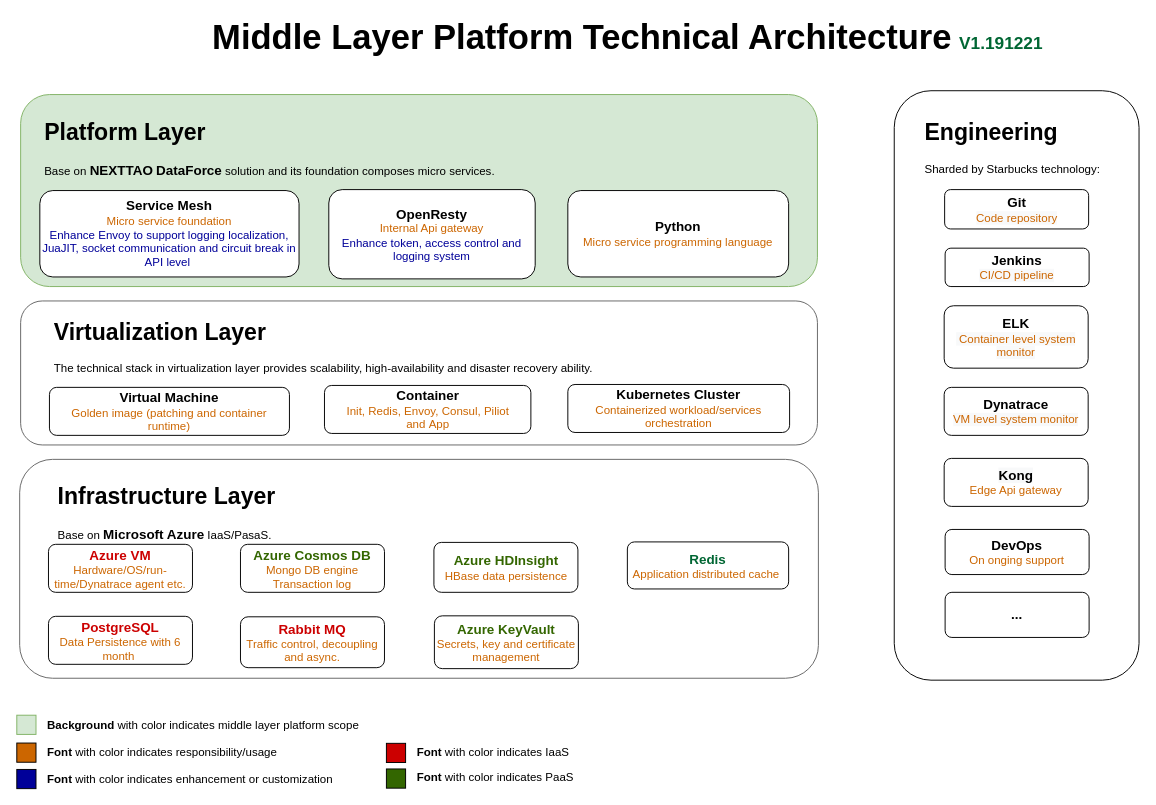
This is page "MLP - Technical Stack" (1 of 3) of Mid Layer Platform Technical Arch.drawio from sotheair/designs, a draw.io file, before an edit. Source tidied: cells renumbered, new cells numbered last; positions are measured from the earlier drawing's top-left corner, leaving out a move shared by most shapes. Both pictures are drawn from the tidied source at 96%, with x=0, y=0 at pixel (16, 27).
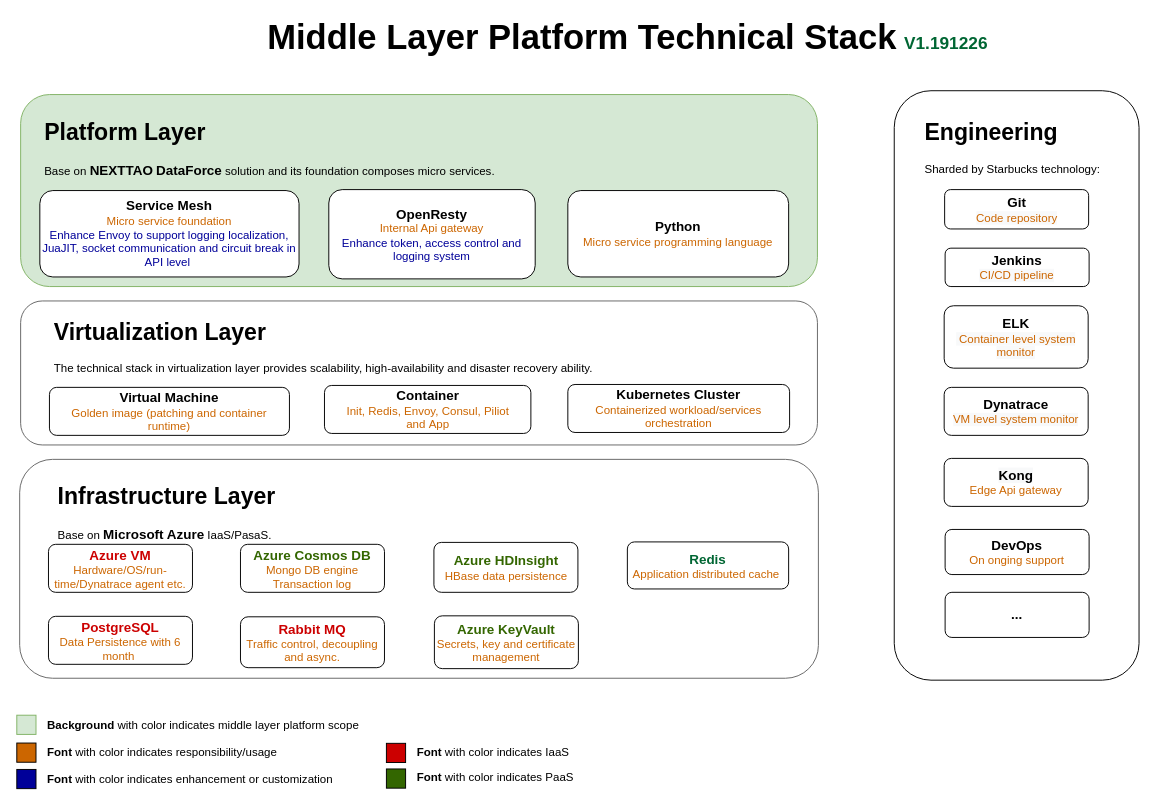
The same page after the edit.

Diff of the diagram source:
```diff
@@
-    <mxCell id="12" value="&lt;font style=&quot;font-size: 36px&quot;&gt;Middle Layer Platform Technical Architecture&lt;/font&gt;&lt;font&gt;&lt;font style=&quot;font-size: 28px&quot;&gt;&amp;nbsp;&lt;span style=&quot;color: rgb(0 , 102 , 51) ; font-size: 18px&quot;&gt;V&lt;/span&gt;&lt;/font&gt;&lt;font style=&quot;font-size: 18px&quot; color=&quot;#006633&quot;&gt;1.191221&lt;/font&gt;&lt;br&gt;&lt;/font&gt;" style="text;html=1;strokeColor=none;fillColor=none;align=center;verticalAlign=middle;whiteSpace=wrap;rounded=0;fontStyle=1;" parent="1" vertex="1">
+    <mxCell id="12" value="&lt;font style=&quot;font-size: 36px&quot;&gt;Middle Layer Platform Technical&amp;nbsp;Stack&lt;/font&gt;&lt;font&gt;&lt;font style=&quot;font-size: 28px&quot;&gt;&amp;nbsp;&lt;span style=&quot;color: rgb(0 , 102 , 51) ; font-size: 18px&quot;&gt;V&lt;/span&gt;&lt;/font&gt;&lt;font style=&quot;font-size: 18px&quot; color=&quot;#006633&quot;&gt;1.191226&lt;/font&gt;&lt;br&gt;&lt;/font&gt;" style="text;html=1;strokeColor=none;fillColor=none;align=center;verticalAlign=middle;whiteSpace=wrap;rounded=0;fontStyle=1;" parent="1" vertex="1">
       <mxGeometry x="159" width="955" height="20" as="geometry" />
     </mxCell>
```
